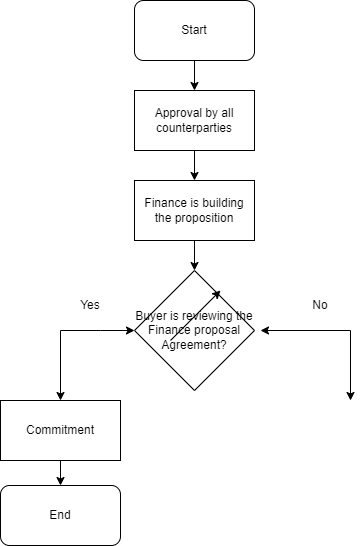
kevinthai-ironhack/KT keeps this draw.io diagram as flowchart_task2.png. Above is the earlier version. Source tidied: cells renumbered, new cells last; positions are measured from the earlier drawing's top-left corner, leaving out a move shared by most shapes.
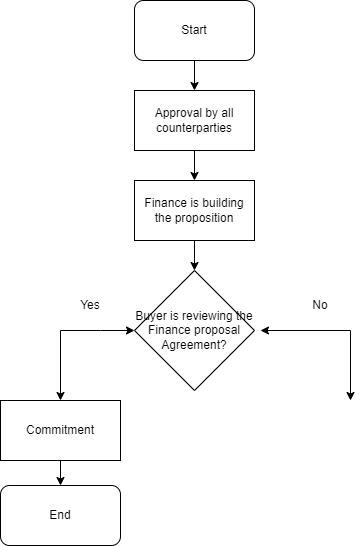
The same diagram one commit later.

Commit message:
Mettre à jour flowchart_task2.png

What changed in the source:
```diff
@@ -56,11 +56,5 @@
     <mxCell id="15" value="End" style="rounded=1;whiteSpace=wrap;html=1;" parent="1" vertex="1">
       <mxGeometry y="485" width="120" height="60" as="geometry" />
     </mxCell>
-    <mxCell id="16" style="endArrow=classic;html=1;rounded=0;" parent="1" edge="1">
-      <mxGeometry relative="1" as="geometry">
-        <mxPoint x="170" y="340" as="sourcePoint" />
-        <mxPoint x="220" y="290" as="targetPoint" />
-      </mxGeometry>
-    </mxCell>
   </root>
 </mxGraphModel>
```
